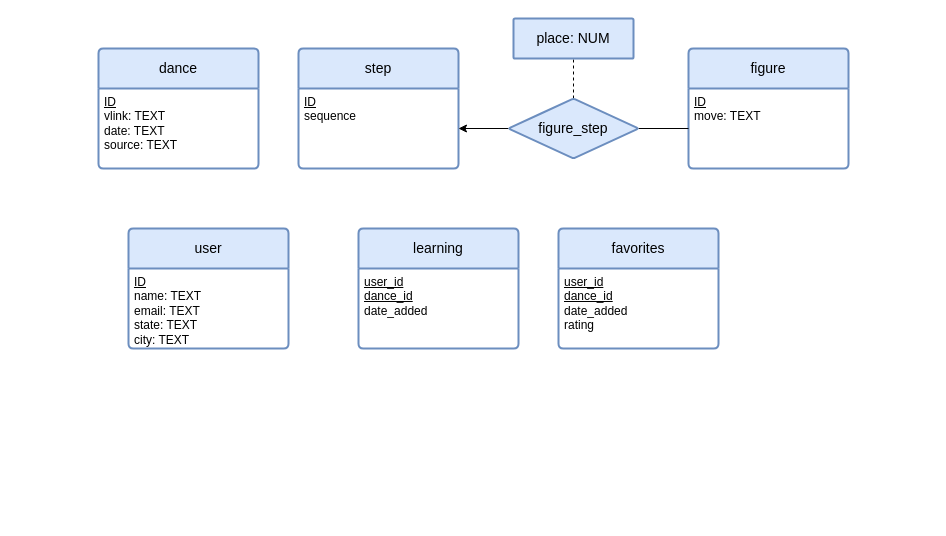
Lhawks202/Query_Curious keeps this draw.io diagram as P2/dances.drawio. Above is the earlier version. Source tidied: cells renumbered, new cells numbered last; positions are measured from the earlier drawing's top-left corner, leaving out a move shared by most shapes. Both pictures are drawn from the tidied source at 100%, with x=0, y=0 at pixel (98, 18).
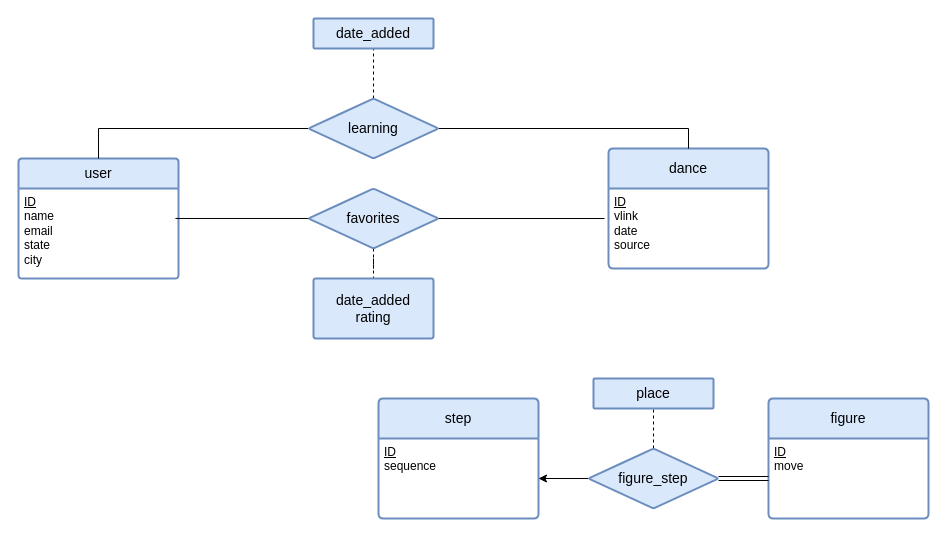
The same page after the edit.

What changed in the source:
```diff
@@
     <mxCell id="2" value="dance" style="swimlane;horizontal=1;startSize=40;rounded=1;fontSize=14;fontStyle=0;strokeWidth=2;shadow=0;dashed=0;align=center;arcSize=4;whiteSpace=wrap;html=1;fillColor=#dae8fc;strokeColor=#6c8ebf;" parent="1" vertex="1">
-      <mxGeometry y="30" width="160" height="120" as="geometry" />
+      <mxGeometry x="510" y="130" width="160" height="120" as="geometry" />
     </mxCell>
-    <mxCell id="3" value="&lt;u&gt;ID&lt;/u&gt;&lt;div&gt;vlink: TEXT&lt;/div&gt;&lt;div&gt;date: TEXT&lt;/div&gt;&lt;div&gt;source: TEXT&lt;/div&gt;" style="align=left;strokeColor=none;fillColor=none;spacingLeft=4;spacingRight=4;fontSize=12;verticalAlign=top;html=1;whiteSpace=wrap;" parent="2" vertex="1">
+    <mxCell id="3" value="&lt;u&gt;ID&lt;/u&gt;&lt;div&gt;vlink&lt;/div&gt;&lt;div&gt;date&lt;/div&gt;&lt;div&gt;source&lt;/div&gt;" style="align=left;strokeColor=none;fillColor=none;spacingLeft=4;spacingRight=4;fontSize=12;verticalAlign=top;html=1;whiteSpace=wrap;" parent="2" vertex="1">
       <mxGeometry y="40" width="160" height="80" as="geometry" />
     </mxCell>
+    <mxCell id="12" value="user" style="swimlane;horizontal=1;startSize=30;rounded=1;fontSize=14;fontStyle=0;strokeWidth=2;shadow=0;dashed=0;align=center;arcSize=4;whiteSpace=wrap;html=1;fillColor=#dae8fc;strokeColor=#6c8ebf;" parent="1" vertex="1">
+      <mxGeometry x="-80" y="140" width="160" height="120" as="geometry" />
+    </mxCell>
+    <mxCell id="13" value="&lt;u&gt;ID&lt;/u&gt;&lt;div&gt;name&lt;/div&gt;&lt;div&gt;email&lt;/div&gt;&lt;div&gt;state&lt;/div&gt;&lt;div&gt;city&lt;/div&gt;" style="align=left;strokeColor=none;fillColor=none;spacingLeft=4;spacingRight=4;fontSize=12;verticalAlign=top;html=1;whiteSpace=wrap;" parent="12" vertex="1">
+      <mxGeometry y="30" width="160" height="90" as="geometry" />
+    </mxCell>
+    <mxCell id="19" style="edgeStyle=orthogonalEdgeStyle;rounded=0;jettySize=auto;html=1;fontFamily=Helvetica;fontSize=14;fontColor=default;fontStyle=0;horizontal=1;endArrow=none;startFill=0;dashed=1;" parent="1" edge="1" source="14" target="22">
+      <mxGeometry relative="1" as="geometry" />
+    </mxCell>
+    <mxCell id="20" style="edgeStyle=orthogonalEdgeStyle;rounded=0;jettySize=auto;html=1;entryX=0.5;entryY=0;entryDx=0;entryDy=0;fontFamily=Helvetica;fontSize=14;fontColor=default;fontStyle=0;horizontal=1;endArrow=none;startFill=0;" parent="1" edge="1" source="14" target="12">
+      <mxGeometry relative="1" as="geometry" />
+    </mxCell>
+    <mxCell id="21" style="edgeStyle=orthogonalEdgeStyle;rounded=0;jettySize=auto;html=1;entryX=0.5;entryY=0;entryDx=0;entryDy=0;fontFamily=Helvetica;fontSize=14;fontColor=default;fontStyle=0;horizontal=1;endArrow=none;startFill=0;" parent="1" edge="1" source="14" target="2">
+      <mxGeometry relative="1" as="geometry" />
+    </mxCell>
+    <mxCell id="14" value="learning" style="shape=rhombus;perimeter=rhombusPerimeter;whiteSpace=wrap;html=1;align=center;rounded=1;shadow=0;dashed=0;strokeColor=#6c8ebf;strokeWidth=2;verticalAlign=middle;arcSize=4;fontFamily=Helvetica;fontSize=14;fontColor=default;fontStyle=0;horizontal=1;fillColor=#dae8fc;" parent="1" vertex="1">
+      <mxGeometry x="210" y="80" width="130" height="60" as="geometry" />
+    </mxCell>
+    <mxCell id="22" value="date_added" style="whiteSpace=wrap;html=1;fontSize=14;fillColor=#dae8fc;strokeColor=#6c8ebf;rounded=1;shadow=0;dashed=0;strokeWidth=2;arcSize=4;fontStyle=0;horizontal=1;" parent="1" vertex="1">
+      <mxGeometry x="215" width="120" height="30" as="geometry" />
+    </mxCell>
+    <mxCell id="23" style="edgeStyle=orthogonalEdgeStyle;rounded=0;jettySize=auto;html=1;fontFamily=Helvetica;fontSize=14;fontColor=default;fontStyle=0;horizontal=1;endArrow=none;startFill=0;dashed=1;" parent="1" edge="1" source="16" target="26">
+      <mxGeometry relative="1" as="geometry" />
+    </mxCell>
+    <mxCell id="16" value="favorites" style="shape=rhombus;perimeter=rhombusPerimeter;whiteSpace=wrap;html=1;align=center;rounded=1;shadow=0;dashed=0;strokeColor=#6c8ebf;strokeWidth=2;verticalAlign=middle;arcSize=4;fontFamily=Helvetica;fontSize=14;fontColor=default;fontStyle=0;horizontal=1;fillColor=#dae8fc;" parent="1" vertex="1">
+      <mxGeometry x="210" y="170" width="130" height="60" as="geometry" />
+    </mxCell>
+    <mxCell id="24" style="group;" parent="1" vertex="1">
+      <mxGeometry x="280" y="360" width="550" height="140" as="geometry" />
+    </mxCell>
-    <mxCell id="4" value="step" style="swimlane;horizontal=1;startSize=40;rounded=1;fontSize=14;fontStyle=0;strokeWidth=2;shadow=0;dashed=0;align=center;arcSize=4;whiteSpace=wrap;html=1;fillColor=#dae8fc;strokeColor=#6c8ebf;" parent="1" vertex="1">
-      <mxGeometry x="200" y="30" width="160" height="120" as="geometry" />
+    <mxCell id="4" value="step" style="swimlane;horizontal=1;startSize=40;rounded=1;fontSize=14;fontStyle=0;strokeWidth=2;shadow=0;dashed=0;align=center;arcSize=4;whiteSpace=wrap;html=1;fillColor=#dae8fc;strokeColor=#6c8ebf;" parent="24" vertex="1">
+      <mxGeometry y="20" width="160" height="120" as="geometry" />
     </mxCell>
@@
-    <mxCell id="6" value="figure" style="swimlane;horizontal=1;startSize=40;rounded=1;fontSize=14;fontStyle=0;strokeWidth=2;shadow=0;dashed=0;align=center;arcSize=4;whiteSpace=wrap;html=1;fillColor=#dae8fc;strokeColor=#6c8ebf;" parent="1" vertex="1">
-      <mxGeometry x="590" y="30" width="160" height="120" as="geometry" />
+    <mxCell id="6" value="figure" style="swimlane;horizontal=1;startSize=40;rounded=1;fontSize=14;fontStyle=0;strokeWidth=2;shadow=0;dashed=0;align=center;arcSize=4;whiteSpace=wrap;html=1;fillColor=#dae8fc;strokeColor=#6c8ebf;" parent="24" vertex="1">
+      <mxGeometry x="390" y="20" width="160" height="120" as="geometry" />
     </mxCell>
-    <mxCell id="7" value="&lt;u&gt;ID&lt;/u&gt;&lt;div&gt;move: TEXT&lt;/div&gt;" style="align=left;strokeColor=none;fillColor=none;spacingLeft=4;spacingRight=4;fontSize=12;verticalAlign=top;html=1;whiteSpace=wrap;" parent="6" vertex="1">
+    <mxCell id="7" value="&lt;u&gt;ID&lt;/u&gt;&lt;div&gt;move&lt;/div&gt;" style="align=left;strokeColor=none;fillColor=none;spacingLeft=4;spacingRight=4;fontSize=12;verticalAlign=top;html=1;whiteSpace=wrap;" parent="6" vertex="1">
       <mxGeometry y="40" width="160" height="80" as="geometry" />
     </mxCell>
+    <mxCell id="25" style="group;" parent="24" vertex="1">
+      <mxGeometry x="160" width="180" height="130" as="geometry" />
+    </mxCell>
-    <mxCell id="8" style="edgeStyle=orthogonalEdgeStyle;rounded=0;jettySize=auto;html=1;fontFamily=Helvetica;fontSize=14;fontColor=default;fontStyle=0;horizontal=1;" parent="1" edge="1" source="11">
+    <mxCell id="8" style="edgeStyle=orthogonalEdgeStyle;rounded=0;jettySize=auto;html=1;fontFamily=Helvetica;fontSize=14;fontColor=default;fontStyle=0;horizontal=1;" parent="25" edge="1" source="11">
       <mxGeometry relative="1" as="geometry">
-        <mxPoint x="360" y="110" as="targetPoint" />
+        <mxPoint y="100" as="targetPoint" />
       </mxGeometry>
     </mxCell>
-    <mxCell id="9" style="edgeStyle=orthogonalEdgeStyle;rounded=0;jettySize=auto;html=1;fontFamily=Helvetica;fontSize=14;fontColor=default;fontStyle=0;horizontal=1;endArrow=none;startFill=0;" parent="1" edge="1" source="11" target="7">
-      <mxGeometry relative="1" as="geometry" />
-    </mxCell>
-    <mxCell id="10" style="edgeStyle=orthogonalEdgeStyle;rounded=0;jettySize=auto;html=1;fontFamily=Helvetica;fontSize=14;fontColor=default;fontStyle=0;horizontal=1;endArrow=none;startFill=0;dashed=1;" parent="1" edge="1" source="11" target="18">
+    <mxCell id="10" style="edgeStyle=orthogonalEdgeStyle;rounded=0;jettySize=auto;html=1;fontFamily=Helvetica;fontSize=14;fontColor=default;fontStyle=0;horizontal=1;endArrow=none;startFill=0;dashed=1;" parent="25" edge="1" source="11" target="18">
       <mxGeometry relative="1" as="geometry" />
     </mxCell>
-    <mxCell id="11" value="figure_step" style="shape=rhombus;perimeter=rhombusPerimeter;whiteSpace=wrap;html=1;align=center;rounded=1;shadow=0;dashed=0;strokeColor=#6c8ebf;strokeWidth=2;verticalAlign=middle;arcSize=4;fontFamily=Helvetica;fontSize=14;fontColor=default;fontStyle=0;horizontal=1;fillColor=#dae8fc;" parent="1" vertex="1">
-      <mxGeometry x="410" y="80" width="130" height="60" as="geometry" />
+    <mxCell id="11" value="figure_step" style="shape=rhombus;perimeter=rhombusPerimeter;whiteSpace=wrap;html=1;align=center;rounded=1;shadow=0;dashed=0;strokeColor=#6c8ebf;strokeWidth=2;verticalAlign=middle;arcSize=4;fontFamily=Helvetica;fontSize=14;fontColor=default;fontStyle=0;horizontal=1;fillColor=#dae8fc;" parent="25" vertex="1">
+      <mxGeometry x="50" y="70" width="130" height="60" as="geometry" />
     </mxCell>
-    <mxCell id="12" value="user" style="swimlane;horizontal=1;startSize=40;rounded=1;fontSize=14;fontStyle=0;strokeWidth=2;shadow=0;dashed=0;align=center;arcSize=4;whiteSpace=wrap;html=1;fillColor=#dae8fc;strokeColor=#6c8ebf;" parent="1" vertex="1">
-      <mxGeometry x="30" y="210" width="160" height="120" as="geometry" />
-    </mxCell>
-    <mxCell id="13" value="&lt;u&gt;ID&lt;/u&gt;&lt;div&gt;name: TEXT&lt;/div&gt;&lt;div&gt;email: TEXT&lt;/div&gt;&lt;div&gt;state: TEXT&lt;/div&gt;&lt;div&gt;city: TEXT&lt;/div&gt;" style="align=left;strokeColor=none;fillColor=none;spacingLeft=4;spacingRight=4;fontSize=12;verticalAlign=top;html=1;whiteSpace=wrap;" parent="12" vertex="1">
-      <mxGeometry y="40" width="160" height="80" as="geometry" />
-    </mxCell>
-    <mxCell id="14" value="learning" style="swimlane;horizontal=1;startSize=40;rounded=1;fontSize=14;fontStyle=0;strokeWidth=2;shadow=0;dashed=0;align=center;arcSize=4;whiteSpace=wrap;html=1;fillColor=#dae8fc;strokeColor=#6c8ebf;" parent="1" vertex="1">
-      <mxGeometry x="260" y="210" width="160" height="120" as="geometry" />
-    </mxCell>
-    <mxCell id="15" value="&lt;u&gt;user_id&lt;/u&gt;&lt;div&gt;&lt;u&gt;dance_id&lt;/u&gt;&lt;/div&gt;&lt;div&gt;date_added&lt;/div&gt;" style="align=left;strokeColor=none;fillColor=none;spacingLeft=4;spacingRight=4;fontSize=12;verticalAlign=top;html=1;whiteSpace=wrap;" parent="14" vertex="1">
-      <mxGeometry y="40" width="160" height="80" as="geometry" />
-    </mxCell>
-    <mxCell id="16" value="favorites" style="swimlane;horizontal=1;startSize=40;rounded=1;fontSize=14;fontStyle=0;strokeWidth=2;shadow=0;dashed=0;align=center;arcSize=4;whiteSpace=wrap;html=1;fillColor=#dae8fc;strokeColor=#6c8ebf;" parent="1" vertex="1">
-      <mxGeometry x="460" y="210" width="160" height="120" as="geometry" />
-    </mxCell>
-    <mxCell id="17" value="&lt;u&gt;user_id&lt;/u&gt;&lt;div&gt;&lt;u&gt;dance_id&lt;/u&gt;&lt;/div&gt;&lt;div&gt;date_added&lt;/div&gt;&lt;div&gt;rating&lt;/div&gt;" style="align=left;strokeColor=none;fillColor=none;spacingLeft=4;spacingRight=4;fontSize=12;verticalAlign=top;html=1;whiteSpace=wrap;" parent="16" vertex="1">
-      <mxGeometry y="40" width="160" height="80" as="geometry" />
-    </mxCell>
-    <mxCell id="18" value="place: NUM" style="whiteSpace=wrap;html=1;fontSize=14;fillColor=#dae8fc;strokeColor=#6c8ebf;rounded=1;shadow=0;dashed=0;strokeWidth=2;arcSize=4;fontStyle=0;horizontal=1;" parent="1" vertex="1">
-      <mxGeometry x="415" width="120" height="40" as="geometry" />
+    <mxCell id="18" value="place" style="whiteSpace=wrap;html=1;fontSize=14;fillColor=#dae8fc;strokeColor=#6c8ebf;rounded=1;shadow=0;dashed=0;strokeWidth=2;arcSize=4;fontStyle=0;horizontal=1;" parent="25" vertex="1">
+      <mxGeometry x="55" width="120" height="30" as="geometry" />
     </mxCell>
+    <mxCell id="9" style="edgeStyle=orthogonalEdgeStyle;rounded=0;jettySize=auto;html=1;fontFamily=Helvetica;fontSize=14;fontColor=default;fontStyle=0;horizontal=1;endArrow=none;startFill=0;shape=link;" parent="24" edge="1" source="11" target="7">
+      <mxGeometry relative="1" as="geometry" />
+    </mxCell>
+    <mxCell id="26" value="date_added&lt;div&gt;rating&lt;/div&gt;" style="whiteSpace=wrap;html=1;fontSize=14;fillColor=#dae8fc;strokeColor=#6c8ebf;rounded=1;shadow=0;dashed=0;strokeWidth=2;arcSize=4;fontStyle=0;horizontal=1;" parent="1" vertex="1">
+      <mxGeometry x="215" y="260" width="120" height="60" as="geometry" />
+    </mxCell>
+    <mxCell id="27" style="edgeStyle=orthogonalEdgeStyle;rounded=0;jettySize=auto;html=1;entryX=0.981;entryY=0.333;entryDx=0;entryDy=0;entryPerimeter=0;fontFamily=Helvetica;fontSize=14;fontColor=default;fontStyle=0;horizontal=1;endArrow=none;startFill=0;" parent="1" edge="1" source="16" target="13">
+      <mxGeometry relative="1" as="geometry" />
+    </mxCell>
+    <mxCell id="28" style="edgeStyle=orthogonalEdgeStyle;rounded=0;jettySize=auto;html=1;entryX=-0.025;entryY=0.375;entryDx=0;entryDy=0;entryPerimeter=0;fontFamily=Helvetica;fontSize=14;fontColor=default;fontStyle=0;horizontal=1;endArrow=none;startFill=0;" parent="1" edge="1" source="16" target="3">
+      <mxGeometry relative="1" as="geometry" />
+    </mxCell>
```
